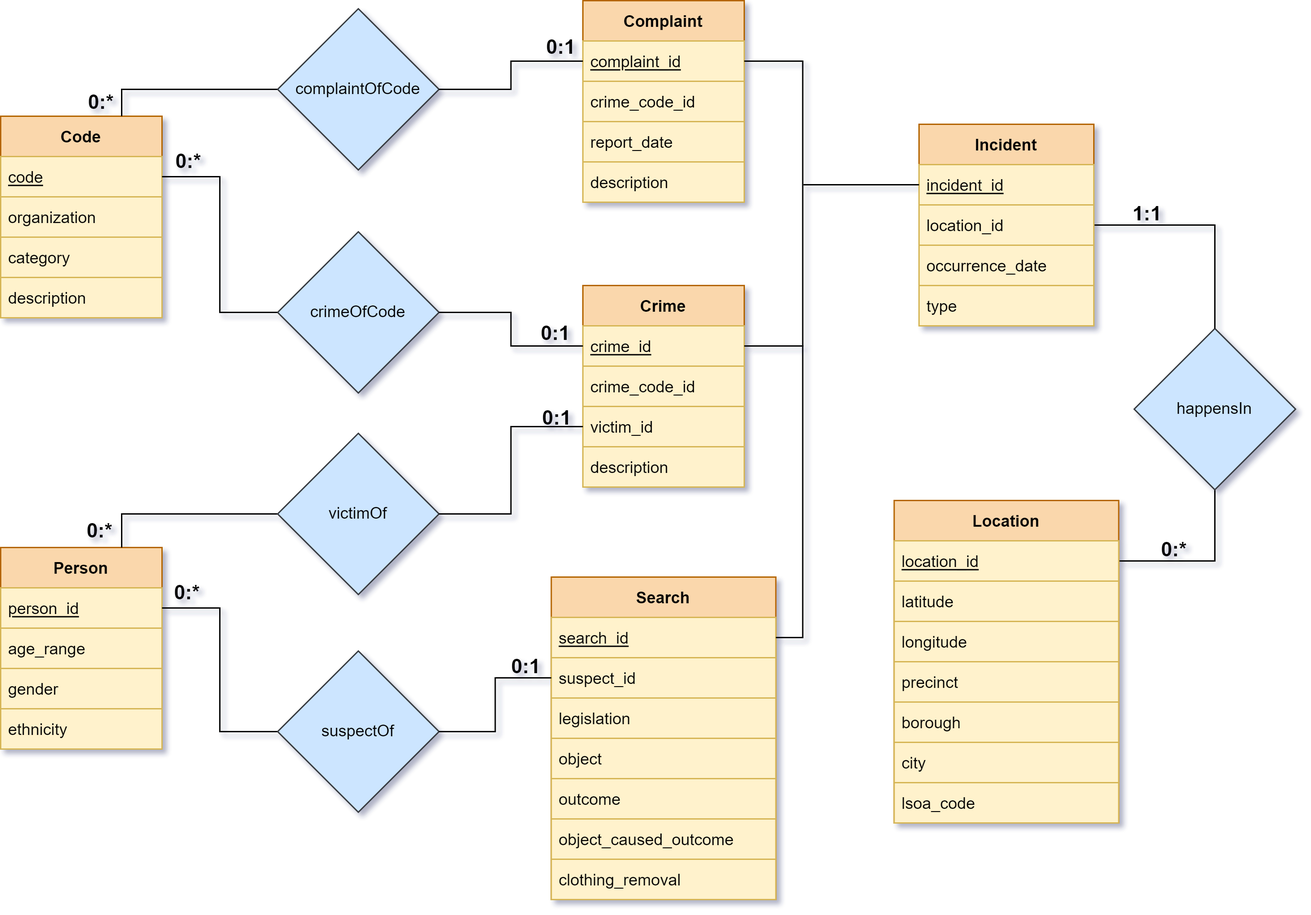
Before: ERmodel.png, a diagram exported from draw.io (alvii147/CrimeStatsAnalysis). Source tidied: cells renumbered, new cells last; positions are measured from the earlier drawing's top-left corner, leaving out a move shared by most shapes.
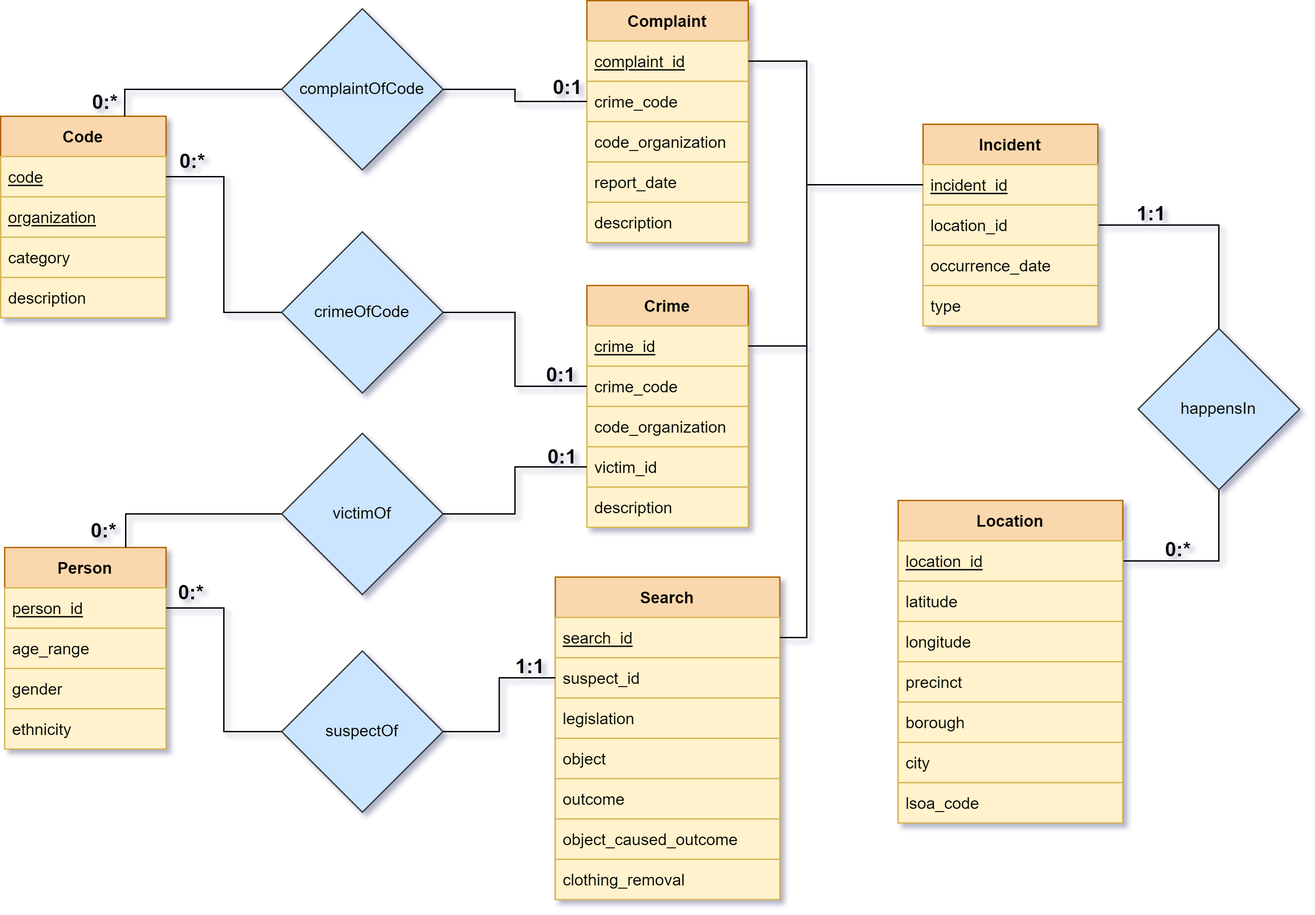
After the commit.

What changed in the source:
```diff
@@ -9,19 +9,22 @@
       <mxGeometry x="843" y="244" width="120" height="120" as="geometry" />
     </mxCell>
     <mxCell id="4" value="Crime" style="swimlane;fontStyle=1;horizontal=1;startSize=30;fillColor=#fad7ac;strokeColor=#b46504;" parent="1" vertex="1">
-      <mxGeometry x="433" y="212" width="120" height="150" as="geometry" />
+      <mxGeometry x="433" y="212" width="120" height="180" as="geometry" />
     </mxCell>
     <mxCell id="5" value="crime_id" style="text;strokeColor=#d6b656;fillColor=#fff2cc;align=left;verticalAlign=middle;spacingLeft=4;spacingRight=4;overflow=hidden;points=[[0,0.5],[1,0.5]];portConstraint=eastwest;fontStyle=4;" parent="4" vertex="1">
       <mxGeometry y="30" width="120" height="30" as="geometry" />
     </mxCell>
-    <mxCell id="6" value="crime_code_id" style="text;strokeColor=#d6b656;fillColor=#fff2cc;align=left;verticalAlign=middle;spacingLeft=4;spacingRight=4;overflow=hidden;points=[[0,0.5],[1,0.5]];portConstraint=eastwest;fontStyle=0;" parent="4" vertex="1">
+    <mxCell id="6" value="crime_code" style="text;strokeColor=#d6b656;fillColor=#fff2cc;align=left;verticalAlign=middle;spacingLeft=4;spacingRight=4;overflow=hidden;points=[[0,0.5],[1,0.5]];portConstraint=eastwest;fontStyle=0;" parent="4" vertex="1">
       <mxGeometry y="60" width="120" height="30" as="geometry" />
     </mxCell>
+    <mxCell id="71" value="code_organization" style="text;strokeColor=#d6b656;fillColor=#fff2cc;align=left;verticalAlign=middle;spacingLeft=4;spacingRight=4;overflow=hidden;fontStyle=0;" parent="4" vertex="1">
+      <mxGeometry y="90" width="120" height="30" as="geometry" />
+    </mxCell>
     <mxCell id="7" value="victim_id" style="text;strokeColor=#d6b656;fillColor=#fff2cc;align=left;verticalAlign=middle;spacingLeft=4;spacingRight=4;overflow=hidden;points=[[0,0.5],[1,0.5]];portConstraint=eastwest;fontStyle=0;" parent="4" vertex="1">
-      <mxGeometry y="90" width="120" height="30" as="geometry" />
+      <mxGeometry y="120" width="120" height="30" as="geometry" />
     </mxCell>
     <mxCell id="8" value="description" style="text;strokeColor=#d6b656;fillColor=#fff2cc;align=left;verticalAlign=middle;spacingLeft=4;spacingRight=4;overflow=hidden;fontStyle=0;" parent="4" vertex="1">
-      <mxGeometry y="120" width="120" height="30" as="geometry" />
+      <mxGeometry y="150" width="120" height="30" as="geometry" />
     </mxCell>
     <mxCell id="9" style="edgeStyle=orthogonalEdgeStyle;rounded=0;jettySize=auto;html=1;exitX=1;exitY=0.5;exitDx=0;exitDy=0;entryX=0.5;entryY=0;entryDx=0;entryDy=0;endArrow=none;endFill=0;" parent="1" edge="1" source="10" target="3">
       <mxGeometry relative="1" as="geometry" />
@@ -45,19 +48,22 @@
       <mxGeometry x="833" y="148" width="40" height="19" as="geometry" />
     </mxCell>
     <mxCell id="16" value="Complaint" style="swimlane;fontStyle=1;horizontal=1;startSize=30;fillColor=#fad7ac;strokeColor=#b46504;" parent="1" vertex="1">
-      <mxGeometry x="433" width="120" height="150" as="geometry" />
+      <mxGeometry x="433" width="120" height="180" as="geometry" />
     </mxCell>
     <mxCell id="17" value="complaint_id" style="text;strokeColor=#d6b656;fillColor=#fff2cc;align=left;verticalAlign=middle;spacingLeft=4;spacingRight=4;overflow=hidden;points=[[0,0.5],[1,0.5]];portConstraint=eastwest;fontStyle=4;" parent="16" vertex="1">
       <mxGeometry y="30" width="120" height="30" as="geometry" />
     </mxCell>
-    <mxCell id="18" value="crime_code_id" style="text;strokeColor=#d6b656;fillColor=#fff2cc;align=left;verticalAlign=middle;spacingLeft=4;spacingRight=4;overflow=hidden;points=[[0,0.5],[1,0.5]];portConstraint=eastwest;fontStyle=0;" parent="16" vertex="1">
+    <mxCell id="18" value="crime_code" style="text;strokeColor=#d6b656;fillColor=#fff2cc;align=left;verticalAlign=middle;spacingLeft=4;spacingRight=4;overflow=hidden;points=[[0,0.5],[1,0.5]];portConstraint=eastwest;fontStyle=0;" parent="16" vertex="1">
       <mxGeometry y="60" width="120" height="30" as="geometry" />
     </mxCell>
+    <mxCell id="72" value="code_organization" style="text;strokeColor=#d6b656;fillColor=#fff2cc;align=left;verticalAlign=middle;spacingLeft=4;spacingRight=4;overflow=hidden;fontStyle=0;" parent="16" vertex="1">
+      <mxGeometry y="90" width="120" height="30" as="geometry" />
+    </mxCell>
     <mxCell id="19" value="report_date" style="text;strokeColor=#d6b656;fillColor=#fff2cc;align=left;verticalAlign=middle;spacingLeft=4;spacingRight=4;overflow=hidden;fontStyle=0;" parent="16" vertex="1">
-      <mxGeometry y="90" width="120" height="30" as="geometry" />
+      <mxGeometry y="120" width="120" height="30" as="geometry" />
     </mxCell>
     <mxCell id="20" value="description" style="text;strokeColor=#d6b656;fillColor=#fff2cc;align=left;verticalAlign=middle;spacingLeft=4;spacingRight=4;overflow=hidden;fontStyle=0;" parent="16" vertex="1">
-      <mxGeometry y="120" width="120" height="30" as="geometry" />
+      <mxGeometry y="150" width="120" height="30" as="geometry" />
     </mxCell>
     <mxCell id="21" value="Search" style="swimlane;fontStyle=1;horizontal=1;startSize=30;fillColor=#fad7ac;strokeColor=#b46504;" parent="1" vertex="1">
       <mxGeometry x="409.5" y="429" width="167" height="240" as="geometry" />
@@ -123,19 +129,19 @@
       <mxGeometry y="210" width="167" height="30" as="geometry" />
     </mxCell>
     <mxCell id="42" value="Code" style="swimlane;fontStyle=1;horizontal=1;startSize=30;fillColor=#fad7ac;strokeColor=#b46504;" parent="1" vertex="1">
-      <mxGeometry y="86" width="120" height="150" as="geometry" />
+      <mxGeometry x="-3" y="86" width="123" height="150" as="geometry" />
     </mxCell>
     <mxCell id="43" value="code" style="text;strokeColor=#d6b656;fillColor=#fff2cc;align=left;verticalAlign=middle;spacingLeft=4;spacingRight=4;overflow=hidden;points=[[0,0.5],[1,0.5]];portConstraint=eastwest;fontStyle=4;" parent="42" vertex="1">
-      <mxGeometry y="30" width="120" height="30" as="geometry" />
+      <mxGeometry y="30" width="123" height="30" as="geometry" />
     </mxCell>
-    <mxCell id="44" value="organization" style="text;strokeColor=#d6b656;fillColor=#fff2cc;align=left;verticalAlign=middle;spacingLeft=4;spacingRight=4;overflow=hidden;fontStyle=0;" parent="42" vertex="1">
-      <mxGeometry y="60" width="120" height="30" as="geometry" />
+    <mxCell id="44" value="organization" style="text;strokeColor=#d6b656;fillColor=#fff2cc;align=left;verticalAlign=middle;spacingLeft=4;spacingRight=4;overflow=hidden;fontStyle=4;" parent="42" vertex="1">
+      <mxGeometry y="60" width="123" height="30" as="geometry" />
     </mxCell>
     <mxCell id="45" value="category" style="text;strokeColor=#d6b656;fillColor=#fff2cc;align=left;verticalAlign=middle;spacingLeft=4;spacingRight=4;overflow=hidden;fontStyle=0;" parent="42" vertex="1">
-      <mxGeometry y="90" width="120" height="30" as="geometry" />
+      <mxGeometry y="90" width="123" height="30" as="geometry" />
     </mxCell>
     <mxCell id="46" value="description" style="text;strokeColor=#d6b656;fillColor=#fff2cc;align=left;verticalAlign=middle;spacingLeft=4;spacingRight=4;overflow=hidden;fontStyle=0;" parent="42" vertex="1">
-      <mxGeometry y="120" width="120" height="30" as="geometry" />
+      <mxGeometry y="120" width="123" height="30" as="geometry" />
     </mxCell>
     <mxCell id="47" style="edgeStyle=orthogonalEdgeStyle;rounded=0;jettySize=auto;html=1;exitX=0;exitY=0.5;exitDx=0;exitDy=0;entryX=0.75;entryY=0;entryDx=0;entryDy=0;endArrow=none;endFill=0;" parent="1" edge="1" source="48" target="42">
       <mxGeometry relative="1" as="geometry" />
@@ -161,15 +167,6 @@
     <mxCell id="54" value="suspectOf" style="rhombus;whiteSpace=wrap;html=1;rounded=0;fillColor=#cce5ff;strokeColor=#36393d;" parent="1" vertex="1">
       <mxGeometry x="206" y="484" width="120" height="120" as="geometry" />
     </mxCell>
-    <mxCell id="55" style="edgeStyle=orthogonalEdgeStyle;rounded=0;jettySize=auto;html=1;exitX=0;exitY=0.5;exitDx=0;exitDy=0;entryX=1;entryY=0.5;entryDx=0;entryDy=0;endArrow=none;endFill=0;" parent="1" edge="1" source="17" target="48">
-      <mxGeometry relative="1" as="geometry" />
-    </mxCell>
-    <mxCell id="56" style="edgeStyle=orthogonalEdgeStyle;rounded=0;jettySize=auto;html=1;exitX=0;exitY=0.5;exitDx=0;exitDy=0;entryX=1;entryY=0.5;entryDx=0;entryDy=0;endArrow=none;endFill=0;" parent="1" edge="1" source="5" target="50">
-      <mxGeometry relative="1" as="geometry" />
-    </mxCell>
-    <mxCell id="57" style="edgeStyle=orthogonalEdgeStyle;rounded=0;jettySize=auto;html=1;exitX=0;exitY=0.5;exitDx=0;exitDy=0;entryX=1;entryY=0.5;entryDx=0;entryDy=0;endArrow=none;endFill=0;" parent="1" edge="1" source="7" target="52">
-      <mxGeometry relative="1" as="geometry" />
-    </mxCell>
     <mxCell id="58" style="edgeStyle=orthogonalEdgeStyle;rounded=0;jettySize=auto;html=1;exitX=0;exitY=0.5;exitDx=0;exitDy=0;entryX=1;entryY=0.5;entryDx=0;entryDy=0;endArrow=none;endFill=0;" parent="1" edge="1" source="23" target="54">
       <mxGeometry relative="1" as="geometry" />
     </mxCell>
@@ -177,7 +174,7 @@
       <mxGeometry x="853" y="398" width="40" height="19" as="geometry" />
     </mxCell>
     <mxCell id="60" value="0:1" style="text;html=1;strokeColor=none;fillColor=none;align=center;verticalAlign=middle;whiteSpace=wrap;rounded=0;fontSize=15;fontStyle=1;" parent="1" vertex="1">
-      <mxGeometry x="393" y="237" width="40" height="19" as="geometry" />
+      <mxGeometry x="394" y="268" width="40" height="19" as="geometry" />
     </mxCell>
     <mxCell id="61" value="0:*" style="text;html=1;strokeColor=none;fillColor=none;align=center;verticalAlign=middle;whiteSpace=wrap;rounded=0;fontSize=15;fontStyle=1;" parent="1" vertex="1">
       <mxGeometry x="120" y="109" width="40" height="19" as="geometry" />
@@ -186,12 +183,12 @@
       <mxGeometry x="55" y="65" width="40" height="19" as="geometry" />
     </mxCell>
     <mxCell id="63" value="0:1" style="text;html=1;strokeColor=none;fillColor=none;align=center;verticalAlign=middle;whiteSpace=wrap;rounded=0;fontSize=15;fontStyle=1;" parent="1" vertex="1">
-      <mxGeometry x="397" y="24" width="40" height="19" as="geometry" />
+      <mxGeometry x="399" y="54" width="40" height="19" as="geometry" />
     </mxCell>
     <mxCell id="64" value="0:1" style="text;html=1;strokeColor=none;fillColor=none;align=center;verticalAlign=middle;whiteSpace=wrap;rounded=0;fontSize=15;fontStyle=1;" parent="1" vertex="1">
-      <mxGeometry x="394" y="300" width="40" height="19" as="geometry" />
+      <mxGeometry x="395" y="329" width="40" height="19" as="geometry" />
     </mxCell>
-    <mxCell id="65" value="0:1" style="text;html=1;strokeColor=none;fillColor=none;align=center;verticalAlign=middle;whiteSpace=wrap;rounded=0;fontSize=15;fontStyle=1;" parent="1" vertex="1">
+    <mxCell id="65" value="1:1" style="text;html=1;strokeColor=none;fillColor=none;align=center;verticalAlign=middle;whiteSpace=wrap;rounded=0;fontSize=15;fontStyle=1;" parent="1" vertex="1">
       <mxGeometry x="371" y="485" width="40" height="19" as="geometry" />
     </mxCell>
     <mxCell id="66" value="0:*" style="text;html=1;strokeColor=none;fillColor=none;align=center;verticalAlign=middle;whiteSpace=wrap;rounded=0;fontSize=15;fontStyle=1;" parent="1" vertex="1">
@@ -213,5 +210,14 @@
         <mxPoint x="597" y="137" as="targetPoint" />
       </mxGeometry>
     </mxCell>
+    <mxCell id="73" style="edgeStyle=orthogonalEdgeStyle;rounded=0;jettySize=auto;html=1;exitX=0;exitY=0.5;exitDx=0;exitDy=0;entryX=1;entryY=0.5;entryDx=0;entryDy=0;endArrow=none;endFill=0;" parent="1" edge="1" source="18" target="48">
+      <mxGeometry relative="1" as="geometry" />
+    </mxCell>
+    <mxCell id="74" style="edgeStyle=orthogonalEdgeStyle;rounded=0;jettySize=auto;html=1;exitX=0;exitY=0.5;exitDx=0;exitDy=0;entryX=1;entryY=0.5;entryDx=0;entryDy=0;endArrow=none;endFill=0;" parent="1" edge="1" source="6" target="50">
+      <mxGeometry relative="1" as="geometry" />
+    </mxCell>
+    <mxCell id="57" style="edgeStyle=orthogonalEdgeStyle;rounded=0;jettySize=auto;html=1;exitX=0;exitY=0.5;exitDx=0;exitDy=0;entryX=1;entryY=0.5;entryDx=0;entryDy=0;endArrow=none;endFill=0;" parent="1" edge="1" source="7" target="52">
+      <mxGeometry relative="1" as="geometry" />
+    </mxCell>
   </root>
 </mxGraphModel>
```
